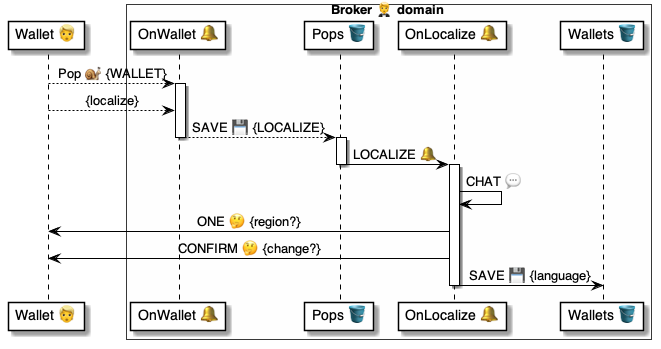
This is 4 ⚙️ Solution/20 🧑‍🦰 UI/Brokers 🤵/🤵🪣 Broker tables/Pops 🎈 table/🪣🔔 22 Wallet » Localize/🤵 OnPopLocalize ⚙️ uml.png from pollyweb-org/pollyweb-docs, a PlantUML export, as it was before one commit. Its source is kept beside it as 4 ⚙️ Solution/20 🧑‍🦰 UI/Brokers 🤵/🤵🪣 Broker tables/Pops 🎈 table/🪣🔔 22 Wallet » Localize/🤵 OnPopLocalize ⚙️ uml.puml. Its diagram source:
```plantuml
@startuml OnPopLocalize

participant "Wallet 👱" as wallet

box Broker 🤵 domain #FFFFFA
    participant "OnWallet 🔔" as onWallet
    participant "Pops 🪣" as pops
    participant "OnLocalize 🔔" as localized
    participant "Wallets 🪣" as wallets
end box

wallet --> onWallet: Pop 🐌 {WALLET}

activate onWallet
    wallet --> onWallet: {localize}
    onWallet --> pops: SAVE 💾 {LOCALIZE}
deactivate onWallet

activate pops
    pops -> localized: LOCALIZE 🔔
deactivate pops

activate localized
    localized -> localized: CHAT 💬
    localized -> wallet: ONE 🤔 {region?}
    localized -> wallet: CONFIRM 🤔 {change?}
    localized -> wallets: SAVE 💾 {language}
deactivate localized

@enduml
```
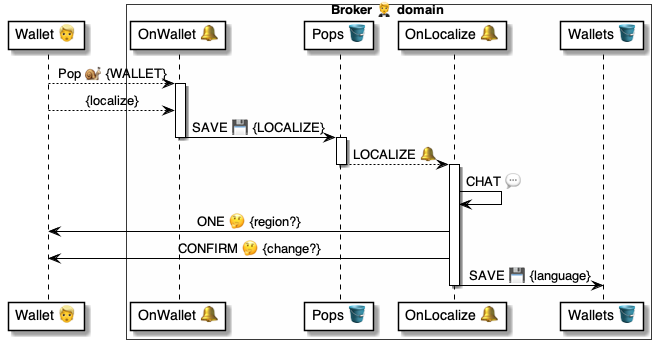
The same diagram one commit later.

Change to the diagram source:
```diff
@@ -1,7 +1,6 @@
 @startuml OnPopLocalize
 
 participant "Wallet 👱" as wallet
-
 box Broker 🤵 domain #FFFFFA
     participant "OnWallet 🔔" as onWallet
     participant "Pops 🪣" as pops
@@ -9,15 +8,16 @@
     participant "Wallets 🪣" as wallets
 end box
 
+
 wallet --> onWallet: Pop 🐌 {WALLET}
 
 activate onWallet
     wallet --> onWallet: {localize}
-    onWallet --> pops: SAVE 💾 {LOCALIZE}
+    onWallet -> pops: SAVE 💾 {LOCALIZE}
 deactivate onWallet
 
 activate pops
-    pops -> localized: LOCALIZE 🔔
+    pops --> localized: LOCALIZE 🔔
 deactivate pops
 
 activate localized
```
